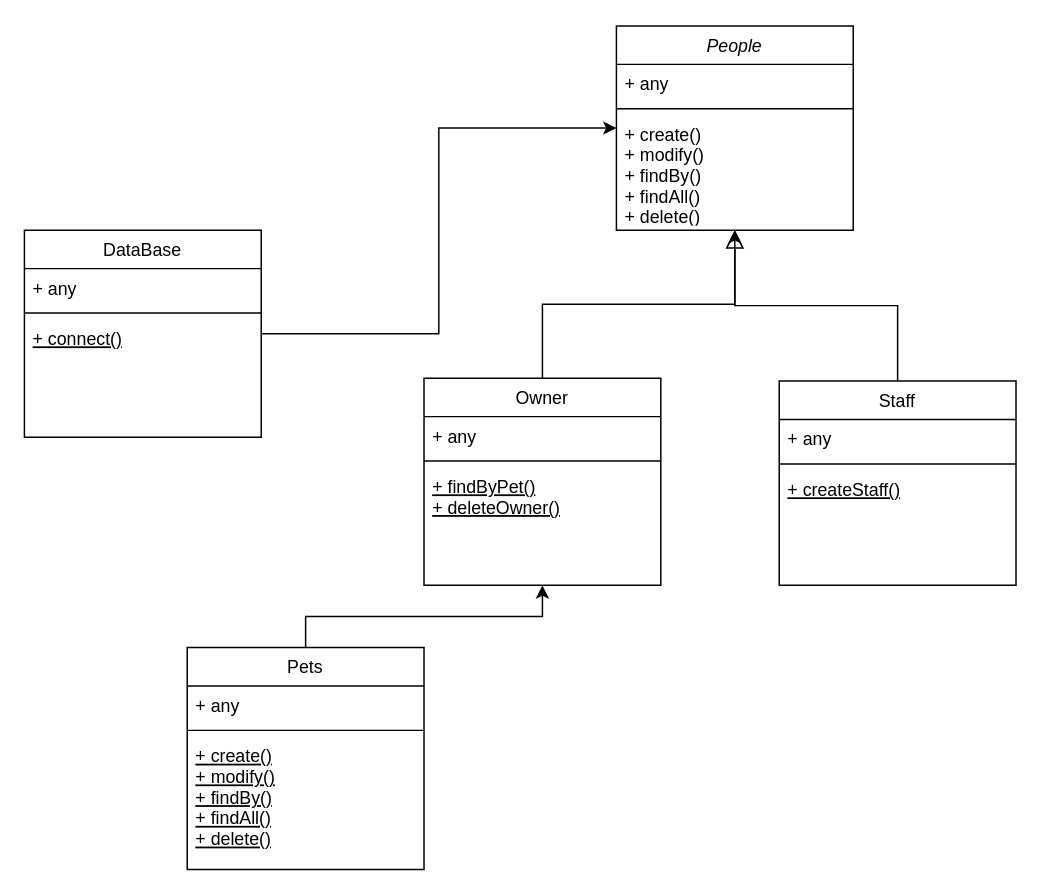
Before: uploads/Untitled Diagram.drawio in Mogom/Imagenes_PetsHeaven, a draw.io diagram. Source tidied: cells renumbered, new cells numbered last; positions are measured from the earlier drawing's top-left corner, leaving out a move shared by most shapes. Both pictures are drawn from the tidied source at 148%, with x=0, y=0 at pixel (24, 25).
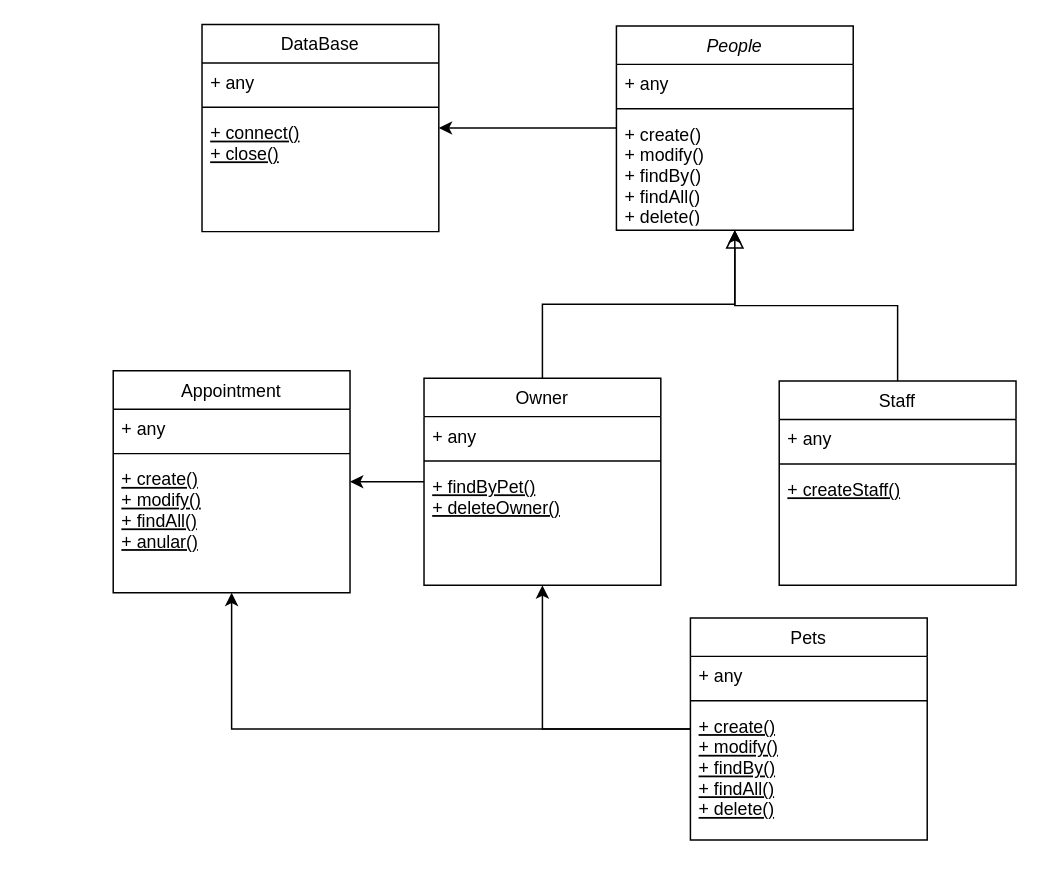
Above is the later version.

Unchanged cells that the change refers to:
```xml
<mxCell id="2" value="People" style="swimlane;fontStyle=2;align=center;verticalAlign=top;horizontal=1;startSize=26;rounded=0;shadow=0;strokeWidth=1;" parent="1" vertex="1">
  <mxGeometry x="400" width="160" height="138" as="geometry" />
</mxCell>
<mxCell id="12" value="Owner" style="swimlane;fontStyle=0;align=center;verticalAlign=top;horizontal=1;startSize=26;rounded=0;shadow=0;strokeWidth=1;" parent="1" vertex="1">
  <mxGeometry x="270" y="238" width="160" height="140" as="geometry" />
</mxCell>
```

Diff of the diagram source:
```diff
@@
+    <mxCell id="26" style="edgeStyle=orthogonalEdgeStyle;rounded=0;jettySize=auto;html=1;" parent="1" edge="1" source="2" target="22">
+      <mxGeometry relative="1" as="geometry" />
+    </mxCell>
@@
+    <mxCell id="27" style="edgeStyle=orthogonalEdgeStyle;rounded=0;jettySize=auto;html=1;" parent="1" edge="1" source="12" target="29">
+      <mxGeometry relative="1" as="geometry" />
+    </mxCell>
@@
+    <mxCell id="28" style="edgeStyle=orthogonalEdgeStyle;rounded=0;jettySize=auto;html=1;" parent="1" edge="1" source="17" target="29">
+      <mxGeometry relative="1" as="geometry" />
+    </mxCell>
     <mxCell id="17" value="Pets" style="swimlane;fontStyle=0;align=center;verticalAlign=top;horizontal=1;startSize=26;rounded=0;shadow=0;strokeWidth=1;" parent="1" vertex="1">
-      <mxGeometry x="110" y="420" width="160" height="150" as="geometry" />
+      <mxGeometry x="450" y="400" width="160" height="150" as="geometry" />
     </mxCell>
@@
-    <mxCell id="21" style="edgeStyle=orthogonalEdgeStyle;rounded=0;jettySize=auto;html=1;" parent="1" edge="1" source="22" target="2">
-      <mxGeometry relative="1" as="geometry" />
-    </mxCell>
     <mxCell id="22" value="DataBase" style="swimlane;fontStyle=0;align=center;verticalAlign=top;horizontal=1;startSize=26;rounded=0;shadow=0;strokeWidth=1;" parent="1" vertex="1">
-      <mxGeometry y="138" width="160" height="140" as="geometry" />
+      <mxGeometry x="120" y="-1" width="160" height="140" as="geometry" />
     </mxCell>
@@
-    <mxCell id="25" value="+ connect()" style="text;align=left;verticalAlign=top;spacingLeft=4;spacingRight=4;overflow=hidden;fontStyle=4;" parent="22" vertex="1">
+    <mxCell id="25" value="+ connect()&#10;+ close()" style="text;align=left;verticalAlign=top;spacingLeft=4;spacingRight=4;overflow=hidden;fontStyle=4;" parent="22" vertex="1">
       <mxGeometry y="60" width="160" height="54" as="geometry" />
     </mxCell>
+    <mxCell id="29" value="Appointment" style="swimlane;fontStyle=0;align=center;verticalAlign=top;horizontal=1;startSize=26;rounded=0;shadow=0;strokeWidth=1;" parent="1" vertex="1">
+      <mxGeometry x="60" y="233" width="160" height="150" as="geometry" />
+    </mxCell>
+    <mxCell id="30" value="+ any" style="text;align=left;verticalAlign=top;spacingLeft=4;spacingRight=4;overflow=hidden;" parent="29" vertex="1">
+      <mxGeometry y="26" width="160" height="26" as="geometry" />
+    </mxCell>
+    <mxCell id="31" style="line;html=1;strokeWidth=1;align=left;verticalAlign=middle;spacingTop=-1;spacingLeft=3;spacingRight=3;labelPosition=right;" parent="29" vertex="1">
+      <mxGeometry y="52" width="160" height="8" as="geometry" />
+    </mxCell>
+    <mxCell id="32" value="+ create()&#10;+ modify()&#10;+ findAll()&#10;+ anular()" style="text;align=left;verticalAlign=top;spacingLeft=4;spacingRight=4;overflow=hidden;fontStyle=4;" parent="29" vertex="1">
+      <mxGeometry y="60" width="160" height="90" as="geometry" />
+    </mxCell>
```
